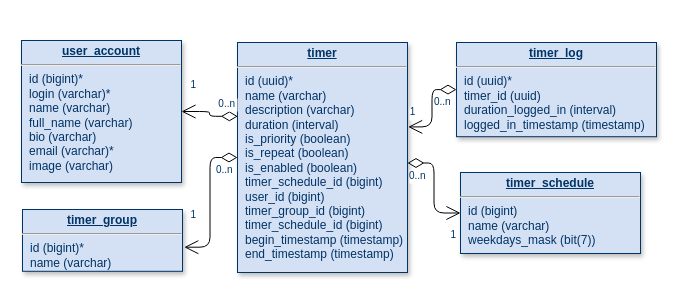
Earlier version of the draw.io diagram Org Files/Release 0.2.0 Database Schema.drawio (al-kuznetsov/tick-a-boo-org-files). Source tidied: cells renumbered, new cells numbered last; positions are measured from the earlier drawing's top-left corner, leaving out a move shared by most shapes. Both pictures are drawn from the tidied source at 100%, with x=0, y=0 at pixel (21, 40).
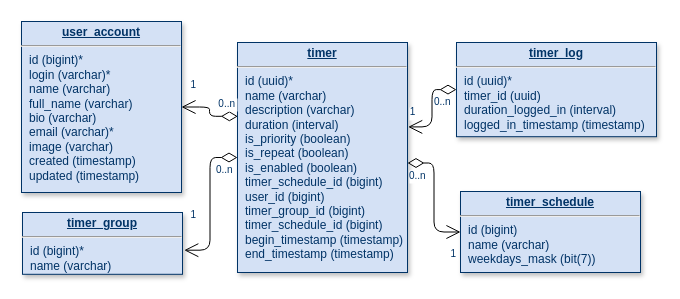
After the change.

Commit message (it also covers changes not shown here):
Update Release 0.2.0 Database Schema

Diff of the diagram source:
```diff
@@
-    <mxCell id="3" value="&lt;p style=&quot;margin: 0px; margin-top: 4px; text-align: center; text-decoration: underline;&quot;&gt;&lt;strong&gt;user_account&lt;/strong&gt;&lt;/p&gt;&lt;hr&gt;&lt;p style=&quot;margin: 0px; margin-left: 8px;&quot;&gt;id (bigint)*&lt;/p&gt;&lt;p style=&quot;margin: 0px; margin-left: 8px;&quot;&gt;login (varchar)*&lt;/p&gt;&lt;p style=&quot;margin: 0px; margin-left: 8px;&quot;&gt;name (varchar)&lt;/p&gt;&lt;p style=&quot;margin: 0px; margin-left: 8px;&quot;&gt;full_name (varchar)&lt;/p&gt;&lt;p style=&quot;margin: 0px; margin-left: 8px;&quot;&gt;bio (varchar)&lt;/p&gt;&lt;p style=&quot;margin: 0px; margin-left: 8px;&quot;&gt;email (varchar)*&lt;/p&gt;&lt;p style=&quot;margin: 0px; margin-left: 8px;&quot;&gt;image (varchar)&lt;/p&gt;" style="verticalAlign=top;align=left;overflow=fill;fontSize=12;fontFamily=Helvetica;html=1;strokeColor=#003366;shadow=1;fillColor=#D4E1F5;fontColor=#003366;" parent="1" vertex="1">
-      <mxGeometry width="160" height="142" as="geometry" />
+    <mxCell id="3" value="&lt;p style=&quot;margin: 0px; margin-top: 4px; text-align: center; text-decoration: underline;&quot;&gt;&lt;strong&gt;user_account&lt;/strong&gt;&lt;/p&gt;&lt;hr&gt;&lt;p style=&quot;margin: 0px; margin-left: 8px;&quot;&gt;id (bigint)*&lt;/p&gt;&lt;p style=&quot;margin: 0px; margin-left: 8px;&quot;&gt;login (varchar)*&lt;/p&gt;&lt;p style=&quot;margin: 0px; margin-left: 8px;&quot;&gt;name (varchar)&lt;/p&gt;&lt;p style=&quot;margin: 0px; margin-left: 8px;&quot;&gt;full_name (varchar)&lt;/p&gt;&lt;p style=&quot;margin: 0px; margin-left: 8px;&quot;&gt;bio (varchar)&lt;/p&gt;&lt;p style=&quot;margin: 0px; margin-left: 8px;&quot;&gt;email (varchar)*&lt;/p&gt;&lt;p style=&quot;margin: 0px; margin-left: 8px;&quot;&gt;image (varchar)&lt;/p&gt;&lt;p style=&quot;margin: 0px; margin-left: 8px;&quot;&gt;created (timestamp)&lt;/p&gt;&lt;p style=&quot;margin: 0px; margin-left: 8px;&quot;&gt;updated (timestamp)&lt;/p&gt;" style="verticalAlign=top;align=left;overflow=fill;fontSize=12;fontFamily=Helvetica;html=1;strokeColor=#003366;shadow=1;fillColor=#D4E1F5;fontColor=#003366;" parent="1" vertex="1">
+      <mxGeometry y="-19" width="160" height="171" as="geometry" />
     </mxCell>
     <mxCell id="4" value="&lt;p style=&quot;margin: 0px; margin-top: 4px; text-align: center; text-decoration: underline;&quot;&gt;&lt;b&gt;timer_group&lt;/b&gt;&lt;/p&gt;&lt;hr&gt;&lt;p style=&quot;margin: 0px; margin-left: 8px;&quot;&gt;id (bigint)*&lt;/p&gt;&lt;p style=&quot;margin: 0px; margin-left: 8px;&quot;&gt;name (varchar)&lt;/p&gt;" style="verticalAlign=top;align=left;overflow=fill;fontSize=12;fontFamily=Helvetica;html=1;strokeColor=#003366;shadow=1;fillColor=#D4E1F5;fontColor=#003366;" parent="1" vertex="1">
-      <mxGeometry x="1" y="169" width="160" height="61.8" as="geometry" />
+      <mxGeometry x="1" y="172" width="160" height="61.8" as="geometry" />
     </mxCell>
     <mxCell id="5" value="&lt;p style=&quot;margin: 0px; margin-top: 4px; text-align: center; text-decoration: underline;&quot;&gt;&lt;strong&gt;timer_schedule&lt;/strong&gt;&lt;/p&gt;&lt;hr&gt;&lt;p style=&quot;margin: 0px; margin-left: 8px;&quot;&gt;id (bigint)&lt;/p&gt;&lt;p style=&quot;margin: 0px; margin-left: 8px;&quot;&gt;name (varchar)&lt;/p&gt;&lt;p style=&quot;margin: 0px; margin-left: 8px;&quot;&gt;weekdays_mask (bit(7))&lt;/p&gt;" style="verticalAlign=top;align=left;overflow=fill;fontSize=12;fontFamily=Helvetica;html=1;strokeColor=#003366;shadow=1;fillColor=#D4E1F5;fontColor=#003366;" parent="1" vertex="1">
-      <mxGeometry x="439" y="132" width="180" height="81" as="geometry" />
+      <mxGeometry x="439" y="151" width="180" height="81" as="geometry" />
     </mxCell>
```
